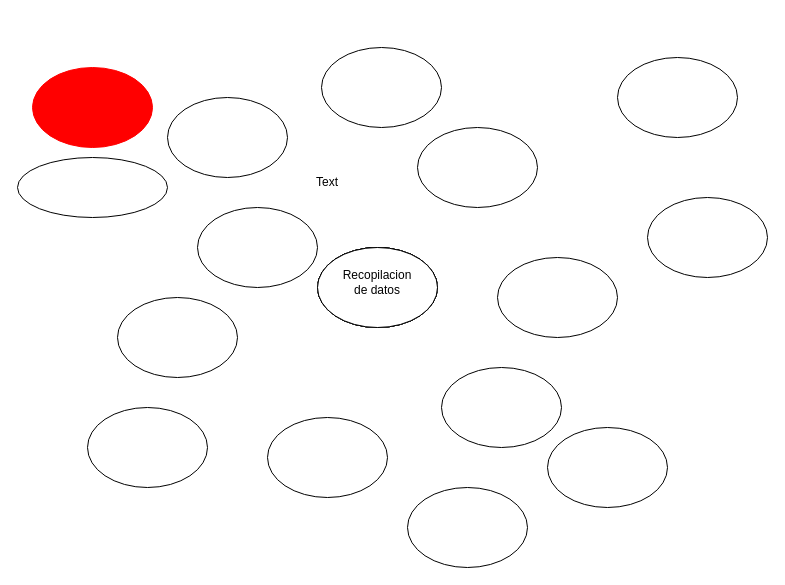
nomikugg/10-projects-10-hours keeps this draw.io diagram as drawing-app/Diagrama sin título.drawio. Above is the earlier version. Source tidied: cells renumbered, new cells numbered last; positions are measured from the earlier drawing's top-left corner, leaving out a move shared by most shapes. Both pictures are drawn from the tidied source at 100%, with x=0, y=0 at pixel (17, 47).
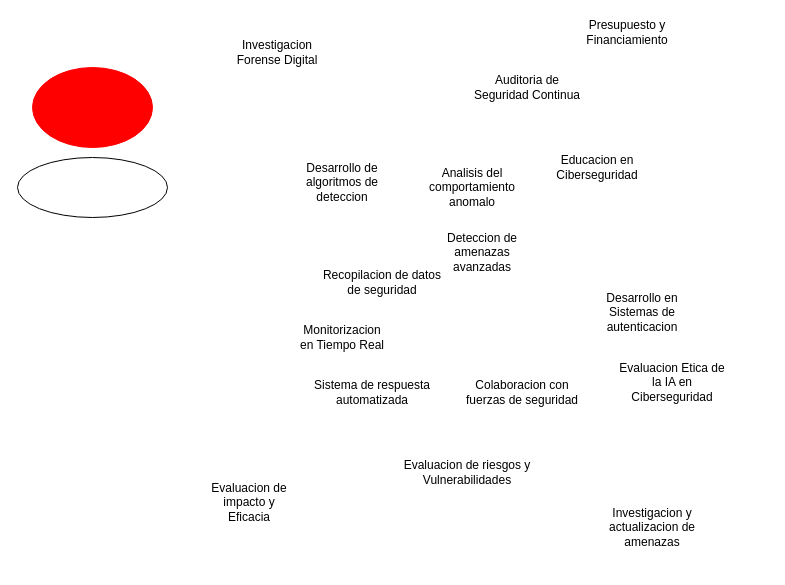
The same page after the edit.

Diff of the diagram source:
```diff
@@
-    <mxCell id="2" style="ellipse;whiteSpace=wrap;html=1;" parent="1" vertex="1">
-      <mxGeometry x="300" y="200" width="120" height="80" as="geometry" />
-    </mxCell>
-    <mxCell id="3" style="ellipse;whiteSpace=wrap;html=1;" parent="1" vertex="1">
-      <mxGeometry x="300" y="200" width="120" height="80" as="geometry" />
-    </mxCell>
-    <mxCell id="4" style="ellipse;whiteSpace=wrap;html=1;" parent="1" vertex="1">
-      <mxGeometry x="300" y="200" width="120" height="80" as="geometry" />
-    </mxCell>
-    <mxCell id="5" style="ellipse;whiteSpace=wrap;html=1;" parent="1" vertex="1">
-      <mxGeometry x="300" y="200" width="120" height="80" as="geometry" />
-    </mxCell>
-    <mxCell id="6" style="ellipse;whiteSpace=wrap;html=1;" parent="1" vertex="1">
-      <mxGeometry x="300" y="200" width="120" height="80" as="geometry" />
-    </mxCell>
-    <mxCell id="7" style="ellipse;whiteSpace=wrap;html=1;" parent="1" vertex="1">
-      <mxGeometry x="150" y="50" width="120" height="80" as="geometry" />
-    </mxCell>
@@
-    <mxCell id="9" style="ellipse;whiteSpace=wrap;html=1;" parent="1" vertex="1">
-      <mxGeometry x="100" y="250" width="120" height="80" as="geometry" />
-    </mxCell>
-    <mxCell id="10" style="ellipse;whiteSpace=wrap;html=1;" parent="1" vertex="1">
-      <mxGeometry x="400" y="80" width="120" height="80" as="geometry" />
-    </mxCell>
-    <mxCell id="11" style="ellipse;whiteSpace=wrap;html=1;" parent="1" vertex="1">
-      <mxGeometry x="530" y="380" width="120" height="80" as="geometry" />
-    </mxCell>
-    <mxCell id="12" style="ellipse;whiteSpace=wrap;html=1;" parent="1" vertex="1">
-      <mxGeometry x="250" y="370" width="120" height="80" as="geometry" />
-    </mxCell>
-    <mxCell id="13" style="ellipse;whiteSpace=wrap;html=1;" parent="1" vertex="1">
-      <mxGeometry x="600" y="10" width="120" height="80" as="geometry" />
-    </mxCell>
-    <mxCell id="14" style="ellipse;whiteSpace=wrap;html=1;" parent="1" vertex="1">
-      <mxGeometry x="304" width="120" height="80" as="geometry" />
-    </mxCell>
-    <mxCell id="15" style="ellipse;whiteSpace=wrap;html=1;" parent="1" vertex="1">
-      <mxGeometry x="180" y="160" width="120" height="80" as="geometry" />
-    </mxCell>
@@
-    <mxCell id="17" style="ellipse;whiteSpace=wrap;html=1;" parent="1" vertex="1">
-      <mxGeometry x="70" y="360" width="120" height="80" as="geometry" />
-    </mxCell>
-    <mxCell id="18" style="ellipse;whiteSpace=wrap;html=1;" parent="1" vertex="1">
-      <mxGeometry x="480" y="210" width="120" height="80" as="geometry" />
-    </mxCell>
-    <mxCell id="19" style="ellipse;whiteSpace=wrap;html=1;" parent="1" vertex="1">
-      <mxGeometry x="630" y="150" width="120" height="80" as="geometry" />
-    </mxCell>
-    <mxCell id="20" style="ellipse;whiteSpace=wrap;html=1;" parent="1" vertex="1">
-      <mxGeometry x="424" y="320" width="120" height="80" as="geometry" />
-    </mxCell>
-    <mxCell id="21" style="ellipse;whiteSpace=wrap;html=1;" parent="1" vertex="1">
-      <mxGeometry x="390" y="440" width="120" height="80" as="geometry" />
-    </mxCell>
-    <mxCell id="22" value="Recopilacion de datos" style="text;html=1;strokeColor=none;fillColor=none;align=center;verticalAlign=middle;whiteSpace=wrap;rounded=0;" parent="1" vertex="1">
-      <mxGeometry x="330" y="220" width="60" height="30" as="geometry" />
+    <mxCell id="22" value="Recopilacion de datos de seguridad" style="text;html=1;strokeColor=none;fillColor=none;align=center;verticalAlign=middle;whiteSpace=wrap;rounded=0;" parent="1" vertex="1">
+      <mxGeometry x="300" y="220" width="130" height="30" as="geometry" />
     </mxCell>
-    <mxCell id="23" value="Text" style="text;html=1;strokeColor=none;fillColor=none;align=center;verticalAlign=middle;whiteSpace=wrap;rounded=0;" parent="1" vertex="1">
-      <mxGeometry x="280" y="120" width="60" height="30" as="geometry" />
+    <mxCell id="23" value="Desarrollo de algoritmos de deteccion" style="text;html=1;strokeColor=none;fillColor=none;align=center;verticalAlign=middle;whiteSpace=wrap;rounded=0;" parent="1" vertex="1">
+      <mxGeometry x="280" y="120" width="90" height="30" as="geometry" />
     </mxCell>
+    <mxCell id="24" value="Analisis del comportamiento anomalo" style="text;html=1;strokeColor=none;fillColor=none;align=center;verticalAlign=middle;whiteSpace=wrap;rounded=0;" parent="1" vertex="1">
+      <mxGeometry x="390" y="125" width="130" height="30" as="geometry" />
+    </mxCell>
+    <mxCell id="25" value="Deteccion de amenazas avanzadas" style="text;html=1;strokeColor=none;fillColor=none;align=center;verticalAlign=middle;whiteSpace=wrap;rounded=0;" parent="1" vertex="1">
+      <mxGeometry x="420" y="190" width="90" height="30" as="geometry" />
+    </mxCell>
+    <mxCell id="26" value="Monitorizacion en Tiempo Real" style="text;html=1;strokeColor=none;fillColor=none;align=center;verticalAlign=middle;whiteSpace=wrap;rounded=0;" parent="1" vertex="1">
+      <mxGeometry x="280" y="280" width="90" height="20" as="geometry" />
+    </mxCell>
+    <mxCell id="27" value="Sistema de respuesta automatizada" style="text;html=1;strokeColor=none;fillColor=none;align=center;verticalAlign=middle;whiteSpace=wrap;rounded=0;" parent="1" vertex="1">
+      <mxGeometry x="290" y="330" width="130" height="30" as="geometry" />
+    </mxCell>
+    <mxCell id="28" value="Colaboracion con fuerzas de seguridad" style="text;html=1;strokeColor=none;fillColor=none;align=center;verticalAlign=middle;whiteSpace=wrap;rounded=0;" parent="1" vertex="1">
+      <mxGeometry x="440" y="330" width="130" height="30" as="geometry" />
+    </mxCell>
+    <mxCell id="29" value="Auditoria de Seguridad Continua" style="text;html=1;strokeColor=none;fillColor=none;align=center;verticalAlign=middle;whiteSpace=wrap;rounded=0;" parent="1" vertex="1">
+      <mxGeometry x="450" y="25" width="120" height="30" as="geometry" />
+    </mxCell>
+    <mxCell id="30" value="Educacion en Ciberseguridad" style="text;html=1;strokeColor=none;fillColor=none;align=center;verticalAlign=middle;whiteSpace=wrap;rounded=0;" parent="1" vertex="1">
+      <mxGeometry x="540" y="105" width="80" height="30" as="geometry" />
+    </mxCell>
+    <mxCell id="31" value="Desarrollo en Sistemas de autenticacion" style="text;html=1;strokeColor=none;fillColor=none;align=center;verticalAlign=middle;whiteSpace=wrap;rounded=0;" parent="1" vertex="1">
+      <mxGeometry x="570" y="250" width="110" height="30" as="geometry" />
+    </mxCell>
+    <mxCell id="32" value="Evaluacion Etica de la IA en Ciberseguridad" style="text;html=1;strokeColor=none;fillColor=none;align=center;verticalAlign=middle;whiteSpace=wrap;rounded=0;" parent="1" vertex="1">
+      <mxGeometry x="600" y="320" width="110" height="30" as="geometry" />
+    </mxCell>
+    <mxCell id="33" value="Investigacion y actualizacion de amenazas" style="text;html=1;strokeColor=none;fillColor=none;align=center;verticalAlign=middle;whiteSpace=wrap;rounded=0;" parent="1" vertex="1">
+      <mxGeometry x="590" y="465" width="90" height="30" as="geometry" />
+    </mxCell>
+    <mxCell id="34" value="Evaluacion de impacto y Eficacia" style="text;html=1;strokeColor=none;fillColor=none;align=center;verticalAlign=middle;whiteSpace=wrap;rounded=0;" parent="1" vertex="1">
+      <mxGeometry x="184" y="440" width="96" height="30" as="geometry" />
+    </mxCell>
+    <mxCell id="35" value="Evaluacion de riesgos y Vulnerabilidades" style="text;html=1;strokeColor=none;fillColor=none;align=center;verticalAlign=middle;whiteSpace=wrap;rounded=0;" parent="1" vertex="1">
+      <mxGeometry x="380" y="410" width="140" height="30" as="geometry" />
+    </mxCell>
+    <mxCell id="36" value="Presupuesto y Financiamiento" style="text;html=1;strokeColor=none;fillColor=none;align=center;verticalAlign=middle;whiteSpace=wrap;rounded=0;" parent="1" vertex="1">
+      <mxGeometry x="580" y="-30" width="60" height="30" as="geometry" />
+    </mxCell>
+    <mxCell id="37" value="Investigacion Forense Digital" style="text;html=1;strokeColor=none;fillColor=none;align=center;verticalAlign=middle;whiteSpace=wrap;rounded=0;" parent="1" vertex="1">
+      <mxGeometry x="210" y="-10" width="100" height="30" as="geometry" />
+    </mxCell>
```
